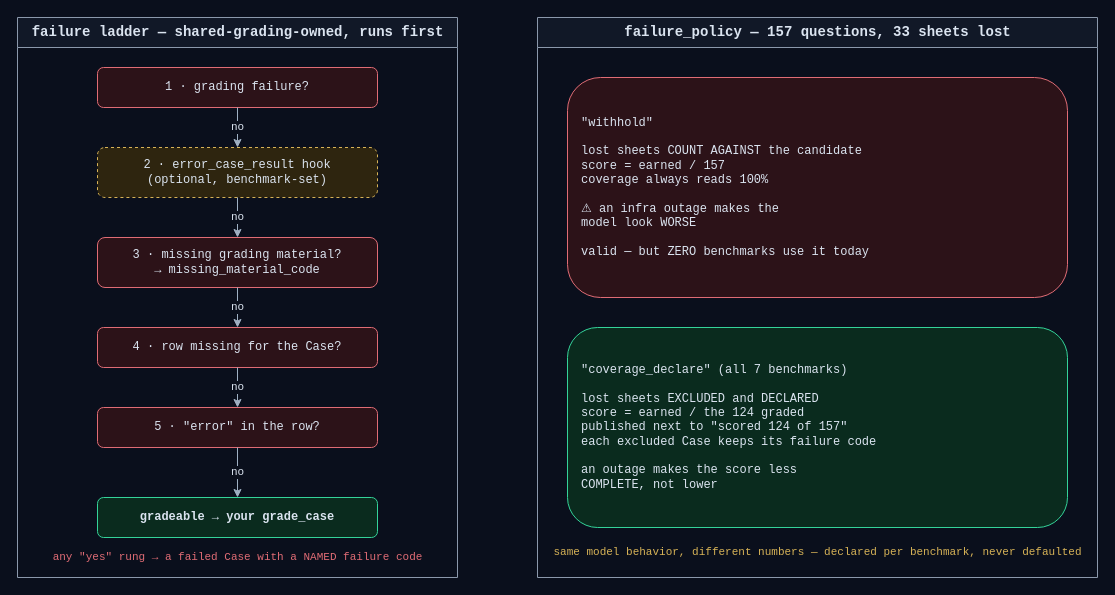
This is apps/screamingface-engine/docs/diagrams/failure-ladder-and-policy.drawio from ScreamingFace/screamingface, a draw.io file, before an edit. Source tidied: cells renumbered, new cells numbered last; positions are measured from the earlier drawing's top-left corner, leaving out a move shared by most shapes. Both pictures are drawn from the tidied source at 100%, with x=0, y=0 at pixel (17, 17).
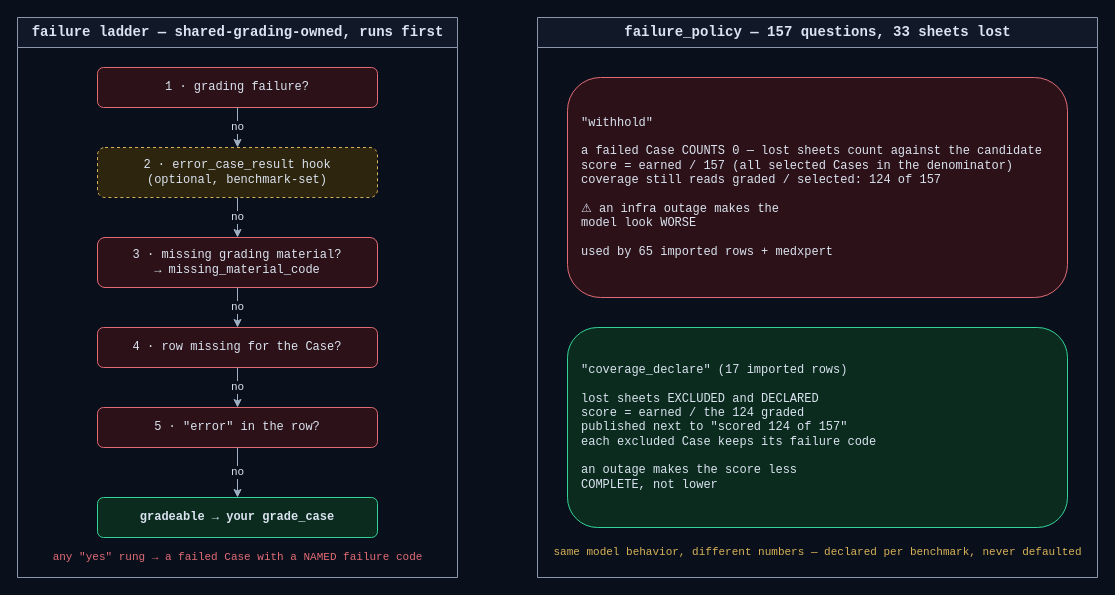
After the change.

Commit message (it also covers changes not shown here):
docs: describe both failure policies where the old graded-only rule was stated

The edit, as a diff of the source:
```diff
@@
 <mxGraphModel background="#0a0f1c">
   <root>
     <mxCell id="0" />
     <mxCell id="1" parent="0" />
     <mxCell id="2" value="failure ladder — shared-grading-owned, runs first" style="swimlane;startSize=30;html=1;fillColor=#111827;strokeColor=#8b98ab;fontColor=#dbe4f0;fontFamily=Courier New;fontSize=14;fontStyle=1;" parent="1" vertex="1">
       <mxGeometry width="440" height="560" as="geometry" />
     </mxCell>
     <mxCell id="3" value="1 · grading failure?" style="rounded=1;whiteSpace=wrap;html=1;fillColor=#2c1218;strokeColor=#e06c75;fontColor=#dbe4f0;fontFamily=Courier New;fontSize=12;" parent="2" vertex="1">
       <mxGeometry x="80" y="50" width="280" height="40" as="geometry" />
     </mxCell>
     <mxCell id="4" value="2 · error_case_result hook&#10;(optional, benchmark-set)" style="rounded=1;whiteSpace=wrap;html=1;dashed=1;fillColor=#2e250f;strokeColor=#d7b357;fontColor=#dbe4f0;fontFamily=Courier New;fontSize=12;" parent="2" vertex="1">
       <mxGeometry x="80" y="130" width="280" height="50" as="geometry" />
     </mxCell>
     <mxCell id="5" value="3 · missing grading material?&#10;→ missing_material_code" style="rounded=1;whiteSpace=wrap;html=1;fillColor=#2c1218;strokeColor=#e06c75;fontColor=#dbe4f0;fontFamily=Courier New;fontSize=12;" parent="2" vertex="1">
       <mxGeometry x="80" y="220" width="280" height="50" as="geometry" />
     </mxCell>
     <mxCell id="6" value="4 · row missing for the Case?" style="rounded=1;whiteSpace=wrap;html=1;fillColor=#2c1218;strokeColor=#e06c75;fontColor=#dbe4f0;fontFamily=Courier New;fontSize=12;" parent="2" vertex="1">
       <mxGeometry x="80" y="310" width="280" height="40" as="geometry" />
     </mxCell>
     <mxCell id="7" value="5 · &quot;error&quot; in the row?" style="rounded=1;whiteSpace=wrap;html=1;fillColor=#2c1218;strokeColor=#e06c75;fontColor=#dbe4f0;fontFamily=Courier New;fontSize=12;" parent="2" vertex="1">
       <mxGeometry x="80" y="390" width="280" height="40" as="geometry" />
     </mxCell>
     <mxCell id="8" value="gradeable → your grade_case" style="rounded=1;whiteSpace=wrap;html=1;fillColor=#0a2b1e;strokeColor=#34d399;fontColor=#dbe4f0;fontFamily=Courier New;fontSize=12;fontStyle=1;" parent="2" vertex="1">
       <mxGeometry x="80" y="480" width="280" height="40" as="geometry" />
     </mxCell>
     <mxCell id="9" value="no" style="edgeStyle=orthogonalEdgeStyle;rounded=1;jettySize=auto;html=1;strokeColor=#9fb0c3;fontColor=#dbe4f0;fontFamily=Courier New;fontSize=11;labelBackgroundColor=#0a0f1c;exitX=0.5;exitY=1;entryX=0.5;entryY=0;" parent="2" edge="1" source="3" target="4">
       <mxGeometry relative="1" as="geometry" />
     </mxCell>
     <mxCell id="10" value="no" style="edgeStyle=orthogonalEdgeStyle;rounded=1;jettySize=auto;html=1;strokeColor=#9fb0c3;fontColor=#dbe4f0;fontFamily=Courier New;fontSize=11;labelBackgroundColor=#0a0f1c;exitX=0.5;exitY=1;entryX=0.5;entryY=0;" parent="2" edge="1" source="4" target="5">
       <mxGeometry relative="1" as="geometry" />
     </mxCell>
     <mxCell id="11" value="no" style="edgeStyle=orthogonalEdgeStyle;rounded=1;jettySize=auto;html=1;strokeColor=#9fb0c3;fontColor=#dbe4f0;fontFamily=Courier New;fontSize=11;labelBackgroundColor=#0a0f1c;exitX=0.5;exitY=1;entryX=0.5;entryY=0;" parent="2" edge="1" source="5" target="6">
       <mxGeometry relative="1" as="geometry" />
     </mxCell>
     <mxCell id="12" value="no" style="edgeStyle=orthogonalEdgeStyle;rounded=1;jettySize=auto;html=1;strokeColor=#9fb0c3;fontColor=#dbe4f0;fontFamily=Courier New;fontSize=11;labelBackgroundColor=#0a0f1c;exitX=0.5;exitY=1;entryX=0.5;entryY=0;" parent="2" edge="1" source="6" target="7">
       <mxGeometry relative="1" as="geometry" />
     </mxCell>
     <mxCell id="13" value="no" style="edgeStyle=orthogonalEdgeStyle;rounded=1;jettySize=auto;html=1;strokeColor=#9fb0c3;fontColor=#dbe4f0;fontFamily=Courier New;fontSize=11;labelBackgroundColor=#0a0f1c;exitX=0.5;exitY=1;entryX=0.5;entryY=0;" parent="2" edge="1" source="7" target="8">
       <mxGeometry relative="1" as="geometry" />
     </mxCell>
     <mxCell id="14" value="any &quot;yes&quot; rung → a failed Case with a NAMED failure code" style="text;html=1;align=center;verticalAlign=middle;fontColor=#e06c75;fontFamily=Courier New;fontSize=11;" parent="2" vertex="1">
       <mxGeometry x="40" y="530" width="360" height="20" as="geometry" />
     </mxCell>
     <mxCell id="15" value="failure_policy — 157 questions, 33 sheets lost" style="swimlane;startSize=30;html=1;fillColor=#111827;strokeColor=#8b98ab;fontColor=#dbe4f0;fontFamily=Courier New;fontSize=14;fontStyle=1;" parent="1" vertex="1">
       <mxGeometry x="520" width="560" height="560" as="geometry" />
     </mxCell>
-    <mxCell id="16" value="&quot;withhold&quot;&#10;&#10;lost sheets COUNT AGAINST the candidate&#10;score = earned / 157&#10;coverage always reads 100%&#10;&#10;⚠ an infra outage makes the&#10;model look WORSE&#10;&#10;valid — but ZERO benchmarks use it today" style="rounded=1;whiteSpace=wrap;html=1;fillColor=#2c1218;strokeColor=#e06c75;fontColor=#dbe4f0;fontFamily=Courier New;fontSize=12;align=left;spacingLeft=12;" parent="15" vertex="1">
+    <mxCell id="16" value="&quot;withhold&quot;&#10;&#10;a failed Case COUNTS 0 — lost sheets count against the candidate&#10;score = earned / 157 (all selected Cases in the denominator)&#10;coverage still reads graded / selected: 124 of 157&#10;&#10;⚠ an infra outage makes the&#10;model look WORSE&#10;&#10;used by 65 imported rows + medxpert" style="rounded=1;whiteSpace=wrap;html=1;fillColor=#2c1218;strokeColor=#e06c75;fontColor=#dbe4f0;fontFamily=Courier New;fontSize=12;align=left;spacingLeft=12;" parent="15" vertex="1">
       <mxGeometry x="30" y="60" width="500" height="220" as="geometry" />
     </mxCell>
-    <mxCell id="17" value="&quot;coverage_declare&quot;  (all 7 benchmarks)&#10;&#10;lost sheets EXCLUDED and DECLARED&#10;score = earned / the 124 graded&#10;published next to &quot;scored 124 of 157&quot;&#10;each excluded Case keeps its failure code&#10;&#10;an outage makes the score less&#10;COMPLETE, not lower" style="rounded=1;whiteSpace=wrap;html=1;fillColor=#0a2b1e;strokeColor=#34d399;fontColor=#dbe4f0;fontFamily=Courier New;fontSize=12;align=left;spacingLeft=12;" parent="15" vertex="1">
+    <mxCell id="17" value="&quot;coverage_declare&quot;  (17 imported rows)&#10;&#10;lost sheets EXCLUDED and DECLARED&#10;score = earned / the 124 graded&#10;published next to &quot;scored 124 of 157&quot;&#10;each excluded Case keeps its failure code&#10;&#10;an outage makes the score less&#10;COMPLETE, not lower" style="rounded=1;whiteSpace=wrap;html=1;fillColor=#0a2b1e;strokeColor=#34d399;fontColor=#dbe4f0;fontFamily=Courier New;fontSize=12;align=left;spacingLeft=12;" parent="15" vertex="1">
       <mxGeometry x="30" y="310" width="500" height="200" as="geometry" />
     </mxCell>
     <mxCell id="18" value="same model behavior, different numbers — declared per benchmark, never defaulted" style="text;html=1;align=center;verticalAlign=middle;fontColor=#d7b357;fontFamily=Courier New;fontSize=11;" parent="15" vertex="1">
       <mxGeometry x="30" y="525" width="500" height="20" as="geometry" />
     </mxCell>
   </root>
 </mxGraphModel>
```
